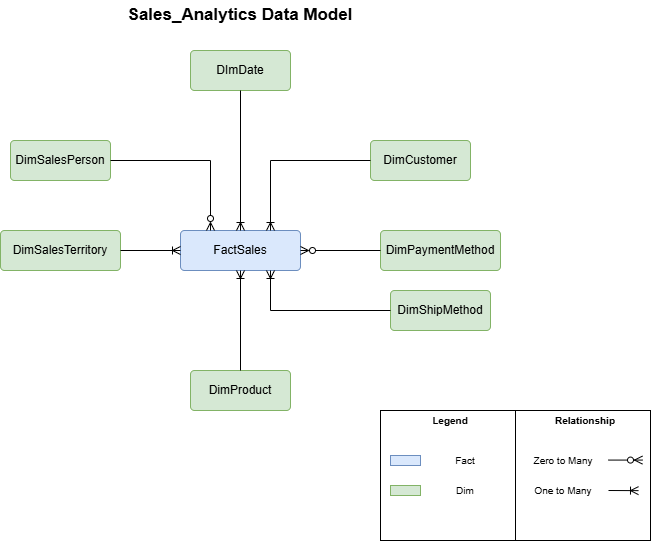
Above: on_premise/oracle_mssql_migration/docs/img/data_model_Sales_Analytics.png in WilderJoseth/data-engineering-projects (draw.io), before the change. Source tidied: cells renumbered, new cells last; positions are measured from the earlier drawing's top-left corner, leaving out a move shared by most shapes.
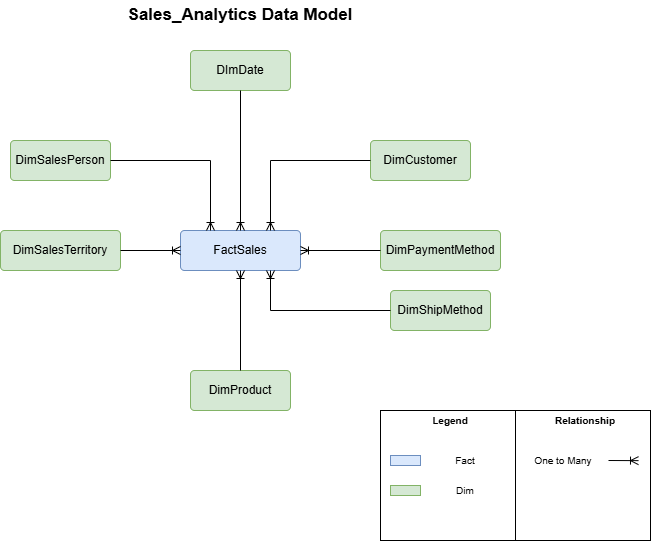
Above is the later version.

What changed in the source:
```diff
@@ -17,7 +17,7 @@
     <mxCell id="6" value="DimShipMethod" style="rounded=1;arcSize=10;whiteSpace=wrap;html=1;align=center;fillColor=#d5e8d4;strokeColor=#82b366;" parent="1" vertex="1">
       <mxGeometry x="390" y="290" width="100" height="40" as="geometry" />
     </mxCell>
-    <mxCell id="7" style="fontSize=12;html=1;endArrow=ERzeroToMany;rounded=0;exitX=0;exitY=0.5;exitDx=0;exitDy=0;entryX=1;entryY=0.5;entryDx=0;entryDy=0;endFill=0;" parent="1" edge="1" source="5" target="3">
+    <mxCell id="7" style="fontSize=12;html=1;endArrow=ERoneToMany;rounded=0;exitX=0;exitY=0.5;exitDx=0;exitDy=0;entryX=1;entryY=0.5;entryDx=0;entryDy=0;endFill=0;" parent="1" edge="1" source="5" target="3">
       <mxGeometry relative="1" as="geometry" />
     </mxCell>
     <mxCell id="8" style="fontSize=12;html=1;endArrow=ERoneToMany;rounded=0;exitX=0;exitY=0.5;exitDx=0;exitDy=0;entryX=0.75;entryY=1;entryDx=0;entryDy=0;" parent="1" edge="1" source="6" target="3">
@@ -40,7 +40,7 @@
         </Array>
       </mxGeometry>
     </mxCell>
-    <mxCell id="12" style="fontSize=12;html=1;endArrow=ERzeroToMany;rounded=0;exitX=1;exitY=0.5;exitDx=0;exitDy=0;entryX=0.25;entryY=0;entryDx=0;entryDy=0;endFill=0;" parent="1" edge="1" source="10" target="3">
+    <mxCell id="12" style="fontSize=12;html=1;endArrow=ERoneToMany;rounded=0;exitX=1;exitY=0.5;exitDx=0;exitDy=0;entryX=0.25;entryY=0;entryDx=0;entryDy=0;endFill=0;" parent="1" edge="1" source="10" target="3">
       <mxGeometry relative="1" as="geometry">
         <Array as="points">
           <mxPoint x="210" y="160" />
@@ -67,12 +67,12 @@
     </mxCell>
     <mxCell id="19" style="fontSize=12;html=1;endArrow=ERoneToMany;rounded=0;exitX=0;exitY=0.5;exitDx=0;exitDy=0;" parent="1" edge="1">
       <mxGeometry relative="1" as="geometry">
-        <mxPoint x="608" y="490" as="sourcePoint" />
-        <mxPoint x="638" y="490.1" as="targetPoint" />
+        <mxPoint x="608" y="460" as="sourcePoint" />
+        <mxPoint x="638" y="460.1" as="targetPoint" />
       </mxGeometry>
     </mxCell>
     <mxCell id="20" value="One to Many" style="text;html=1;whiteSpace=wrap;strokeColor=none;fillColor=none;align=center;verticalAlign=middle;rounded=0;fontSize=10;" parent="1" vertex="1">
-      <mxGeometry x="528" y="480" width="70" height="20" as="geometry" />
+      <mxGeometry x="528" y="450" width="70" height="20" as="geometry" />
     </mxCell>
     <mxCell id="21" style="endArrow=none;html=1;rounded=0;entryX=0.5;entryY=0;entryDx=0;entryDy=0;exitX=0.5;exitY=1;exitDx=0;exitDy=0;" parent="1" edge="1" source="2" target="2">
       <mxGeometry relative="1" as="geometry" />
@@ -95,14 +95,5 @@
     <mxCell id="27" style="fontSize=12;html=1;endArrow=ERoneToMany;rounded=0;exitX=0.5;exitY=1;exitDx=0;exitDy=0;entryX=0.5;entryY=0;entryDx=0;entryDy=0;" parent="1" edge="1" source="26" target="3">
       <mxGeometry relative="1" as="geometry" />
     </mxCell>
-    <mxCell id="28" value="Zero to Many" style="text;html=1;whiteSpace=wrap;strokeColor=none;fillColor=none;align=center;verticalAlign=middle;rounded=0;fontSize=10;" parent="1" vertex="1">
-      <mxGeometry x="528" y="450" width="70" height="20" as="geometry" />
-    </mxCell>
-    <mxCell id="29" style="fontSize=12;html=1;endArrow=ERzeroToMany;endFill=1;rounded=0;exitX=0;exitY=0.5;exitDx=0;exitDy=0;" parent="1" edge="1">
-      <mxGeometry relative="1" as="geometry">
-        <mxPoint x="608" y="459.6" as="sourcePoint" />
-        <mxPoint x="642" y="459.6" as="targetPoint" />
-      </mxGeometry>
-    </mxCell>
   </root>
 </mxGraphModel>
```
